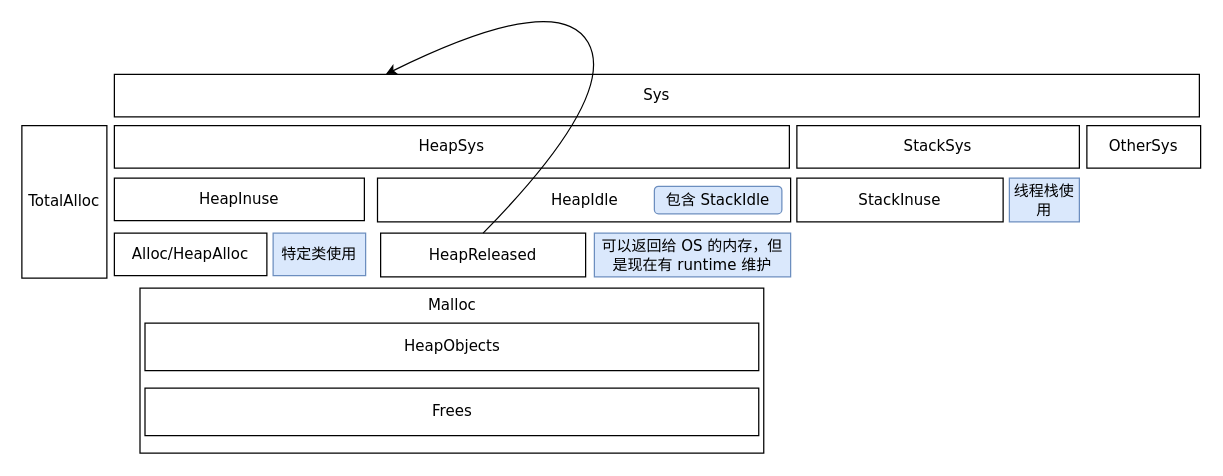
The draw.io diagram file/go-memstate.drawio in LoveXiaoLiu/lovexiaoliu.github.io, before the edit. Source tidied: cells renumbered, new cells numbered last; positions are measured from the earlier drawing's top-left corner, leaving out a move shared by most shapes. Both pictures are drawn from the tidied source at 125%, with x=0, y=0 at pixel (21, -11).
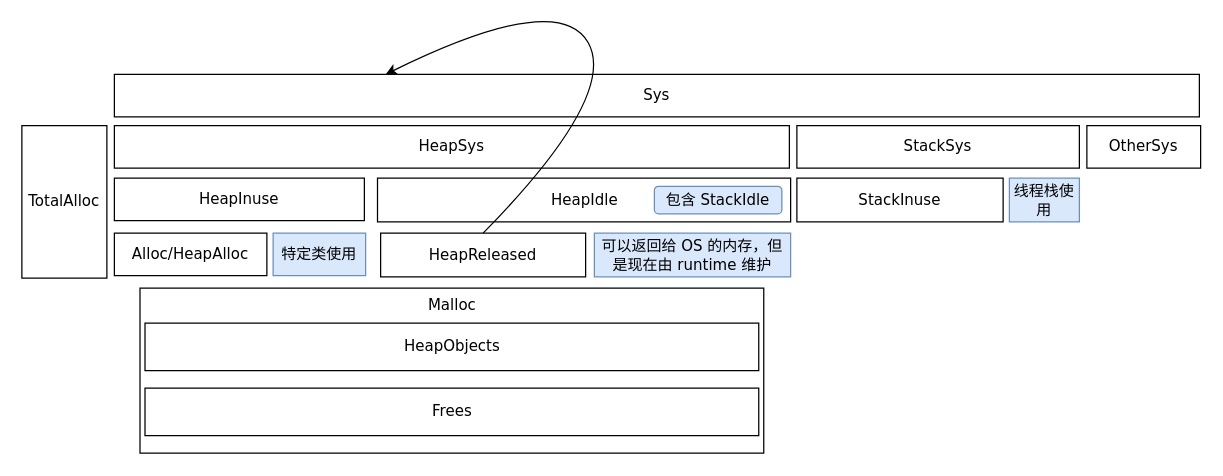
Above is the later version.

Commit message (it also covers changes not shown here):
Update Blog By TravisCI With Build 189

The edit, as a diff of the source:
```diff
@@
-    <mxCell id="16" value="可以返回给 OS 的内存，但是现在有 runtime 维护" style="rounded=0;whiteSpace=wrap;html=1;align=center;fontFamily=Verdana;fillColor=#dae8fc;strokeColor=#6c8ebf;" parent="1" vertex="1">
+    <mxCell id="16" value="可以返回给 OS 的内存，但是现在由 runtime 维护" style="rounded=0;whiteSpace=wrap;html=1;align=center;fontFamily=Verdana;fillColor=#dae8fc;strokeColor=#6c8ebf;" parent="1" vertex="1">
       <mxGeometry x="458" y="195" width="157" height="35" as="geometry" />
     </mxCell>
```
